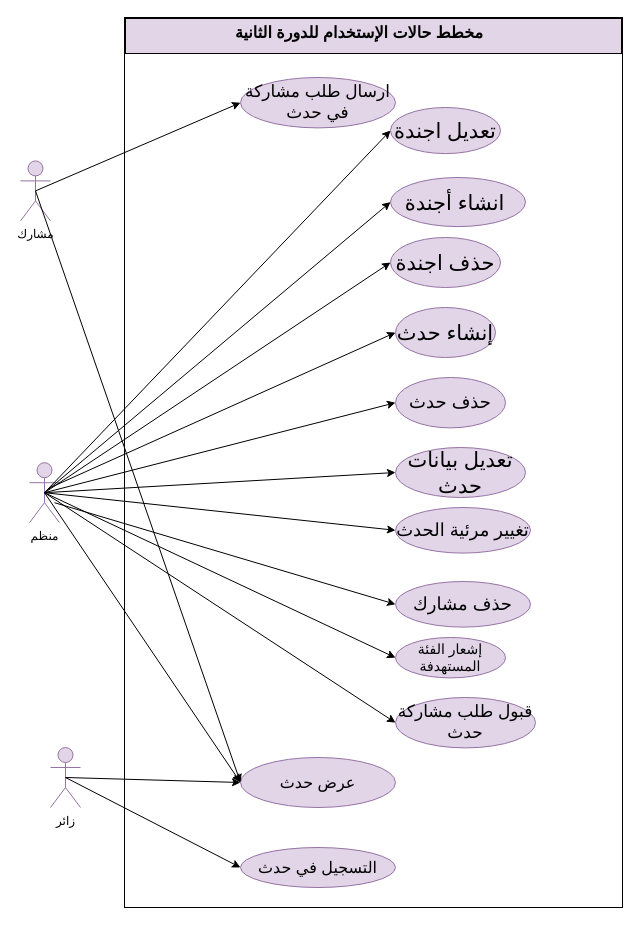
Above: page "usecase diagram" (1 of 3) of Untitled Diagram.drawio in it-sCats/Fluke (draw.io), before the change. Source tidied: cells renumbered, new cells numbered last; positions are measured from the earlier drawing's top-left corner, leaving out a move shared by most shapes. Both pictures are drawn from the tidied source at 100%, with x=0, y=0 at pixel (20, 17).
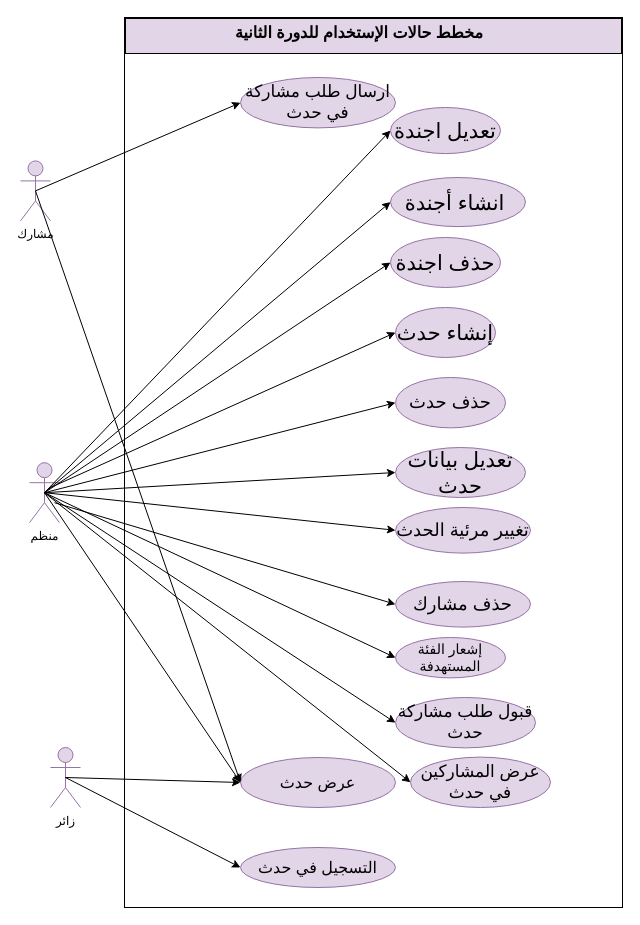
Above is the later version.

The change refers to these unchanged cells:
```xml
<mxCell id="2" style="group;" parent="1" vertex="1">
  <mxGeometry x="102" y="90" width="500" height="800" as="geometry" />
</mxCell>
<mxCell id="17" value="منظم" style="shape=umlActor;verticalLabelPosition=bottom;verticalAlign=top;html=1;fillColor=#e1d5e7;strokeColor=#9673a6;" parent="1" vertex="1">
  <mxGeometry x="9" y="445.2" width="30" height="60" as="geometry" />
</mxCell>
```

Diff of the diagram source:
```diff
@@
+    <mxCell id="37" value="&lt;span&gt;&lt;/span&gt;&lt;span&gt;&lt;/span&gt;&lt;span&gt;&lt;font style=&quot;font-size: 17px&quot;&gt;عرض المشاركين في حدث&lt;/font&gt;&lt;/span&gt;" style="ellipse;whiteSpace=wrap;html=1;fillColor=#e1d5e7;strokeColor=#9673a6;" parent="2" vertex="1">
+      <mxGeometry x="288" y="649.6" width="140" height="50.4" as="geometry" />
+    </mxCell>
@@
+    <mxCell id="38" style="endArrow=classic;html=1;exitX=0.5;exitY=0.5;exitDx=0;exitDy=0;exitPerimeter=0;entryX=0;entryY=0.5;entryDx=0;entryDy=0;" parent="1" edge="1" source="17" target="37">
+      <mxGeometry relative="1" as="geometry" />
+    </mxCell>
```
